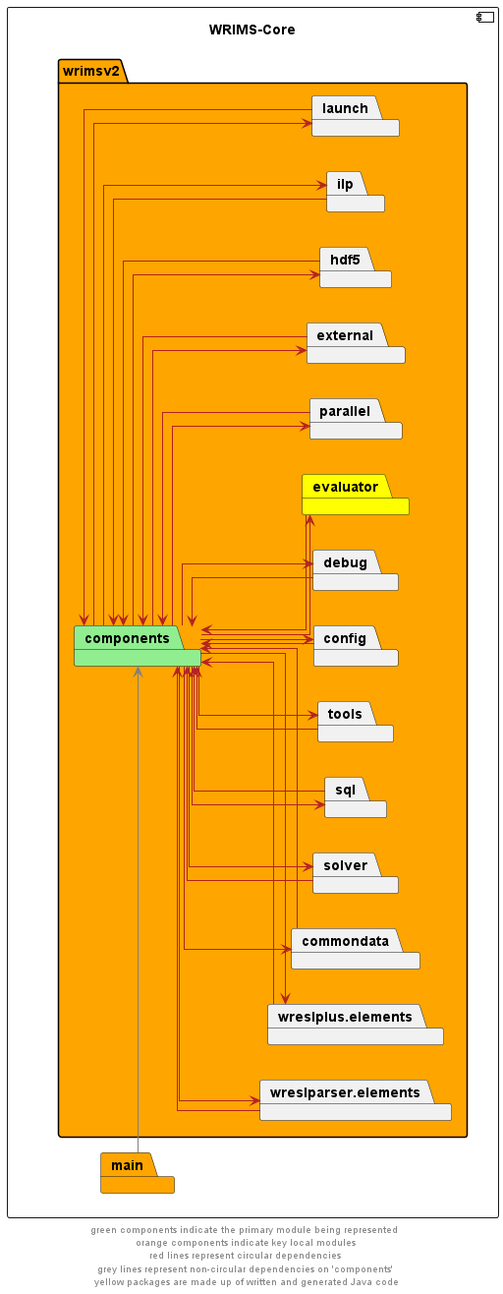
This is docs/diagrams/wrims-core/wrims-core_components.png from CentralValleyModeling/wrims-engine, a PlantUML export, as it was before one commit.
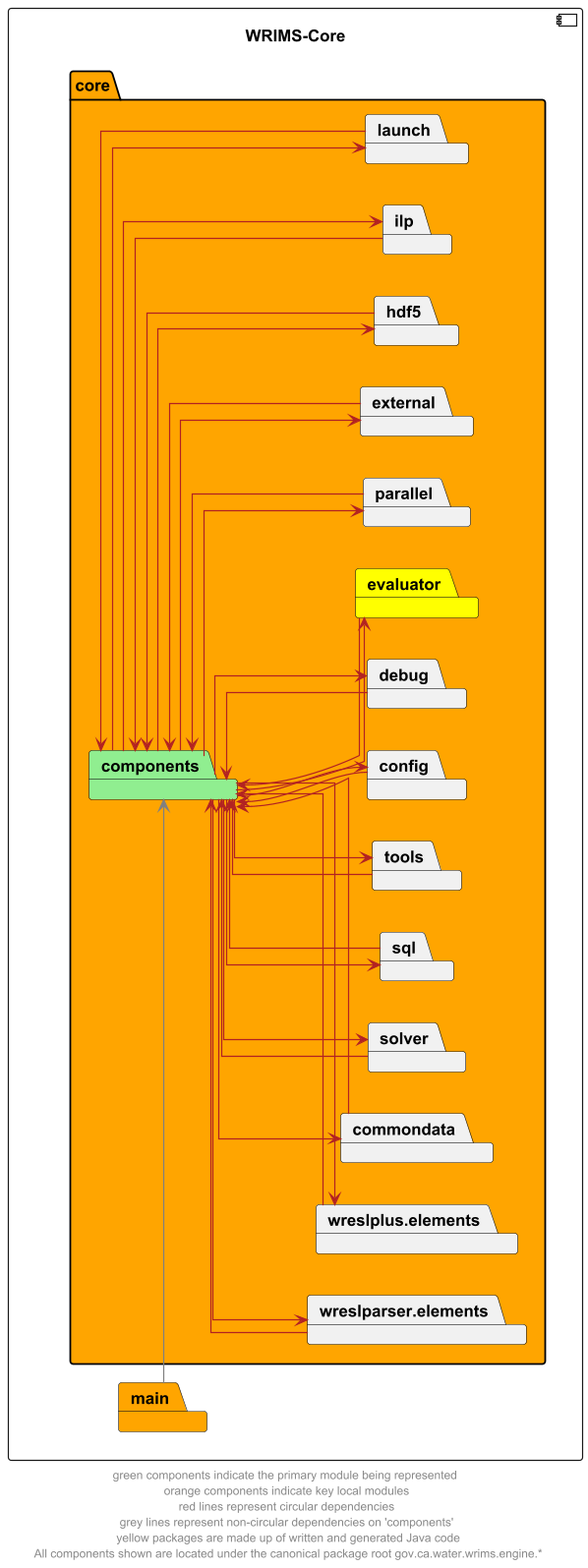
The same diagram one commit later.

The edit, as a diff of the source:
```diff
@@ -2,7 +2,7 @@
 left to right direction
 skinparam linetype ortho
 component wrims_core as "WRIMS-Core" {
-    package wrimsv2  #orange{
+    package core  #orange{
         package components #lightgreen
         package commondata
         package wreslparser.elements
@@ -71,5 +71,5 @@
 main -up[hidden]-> wrims_core
 wreslparser.elements -left[hidden]-> components
 wreslplus.elements -left[hidden]-> components
-footer "green components indicate the primary module being represented \n orange components indicate key local modules \n red lines represent circular dependencies \n grey lines represent non-circular dependencies on 'components' \n yellow packages are made up of written and generated Java code"
+footer "green components indicate the primary module being represented \n orange components indicate key local modules \n red lines represent circular dependencies \n grey lines represent non-circular dependencies on 'components' \n yellow packages are made up of written and generated Java code\n All components shown are located under the canonical package root gov.ca.water.wrims.engine.*"
 @enduml
```
